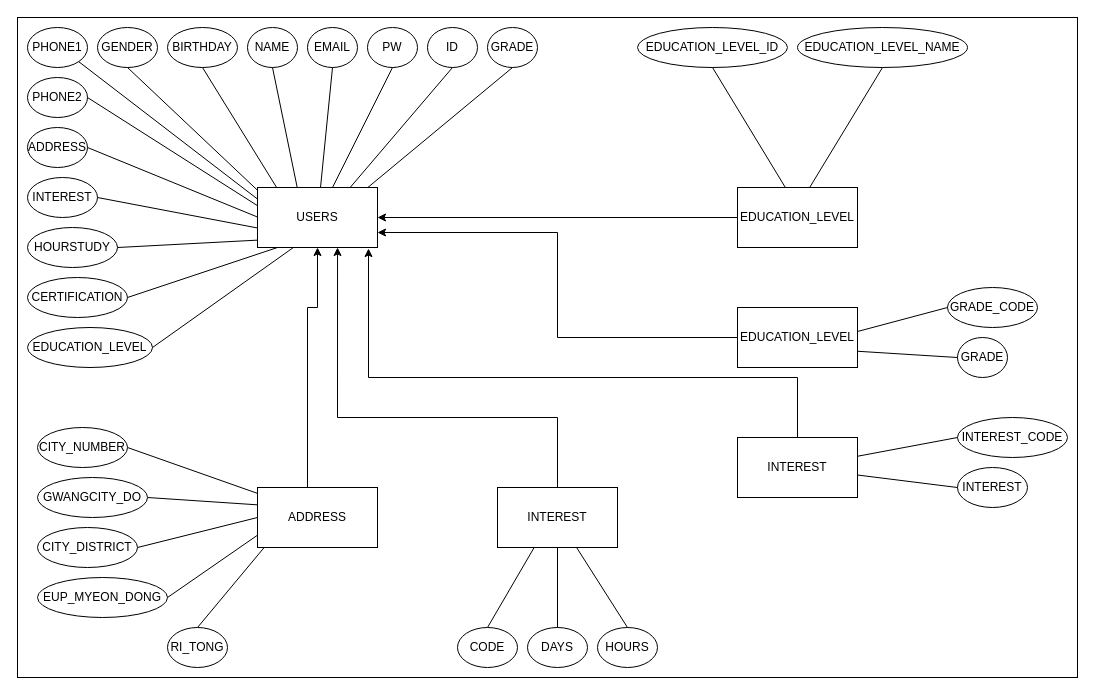
Earlier version of the draw.io diagram 기타/PPT용 사진/ERD 개체 관계 다이어그램/ERD.drawio (909ma/Group-Study-Service). Source tidied: cells renumbered, new cells numbered last; positions are measured from the earlier drawing's top-left corner, leaving out a move shared by most shapes. Both pictures are drawn from the tidied source at 100%, with x=0, y=0 at pixel (17, 17).
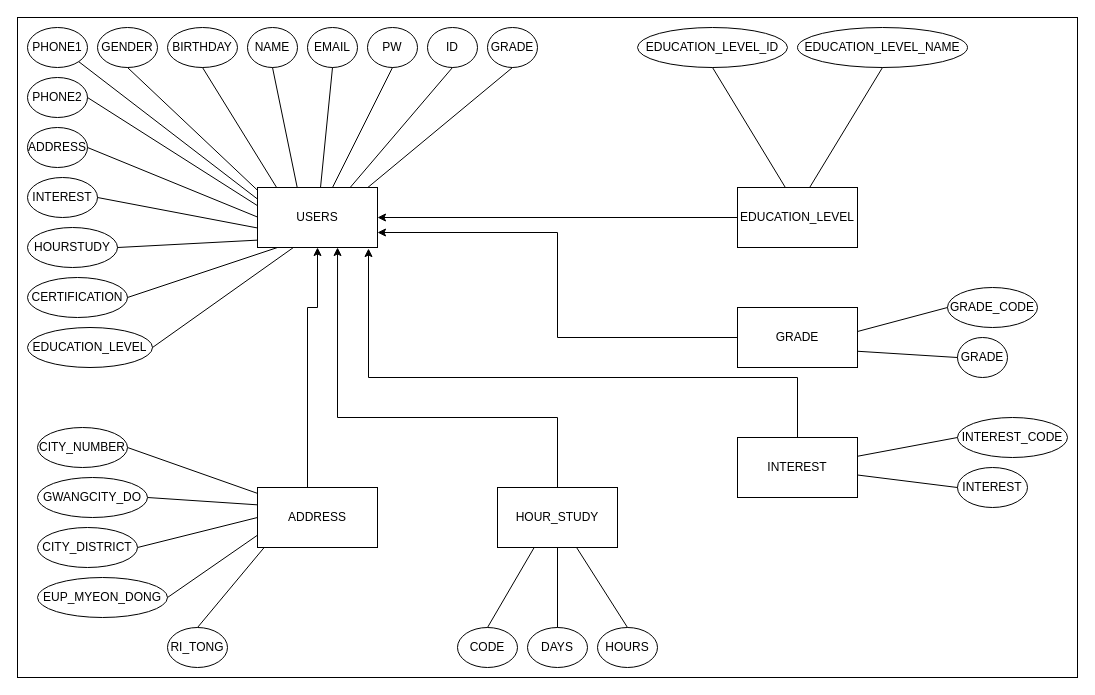
Above is the later version.

What changed in the source:
```diff
@@
-    <mxCell id="56" value="EDUCATION_LEVEL" style="rounded=0;whiteSpace=wrap;html=1;" parent="1" vertex="1">
+    <mxCell id="56" value="GRADE" style="rounded=0;whiteSpace=wrap;html=1;" parent="1" vertex="1">
       <mxGeometry x="720" y="290" width="120" height="60" as="geometry" />
     </mxCell>
@@
-    <mxCell id="71" value="INTEREST" style="rounded=0;whiteSpace=wrap;html=1;" parent="1" vertex="1">
+    <mxCell id="71" value="HOUR_STUDY" style="rounded=0;whiteSpace=wrap;html=1;" parent="1" vertex="1">
       <mxGeometry x="480" y="470" width="120" height="60" as="geometry" />
     </mxCell>
```
